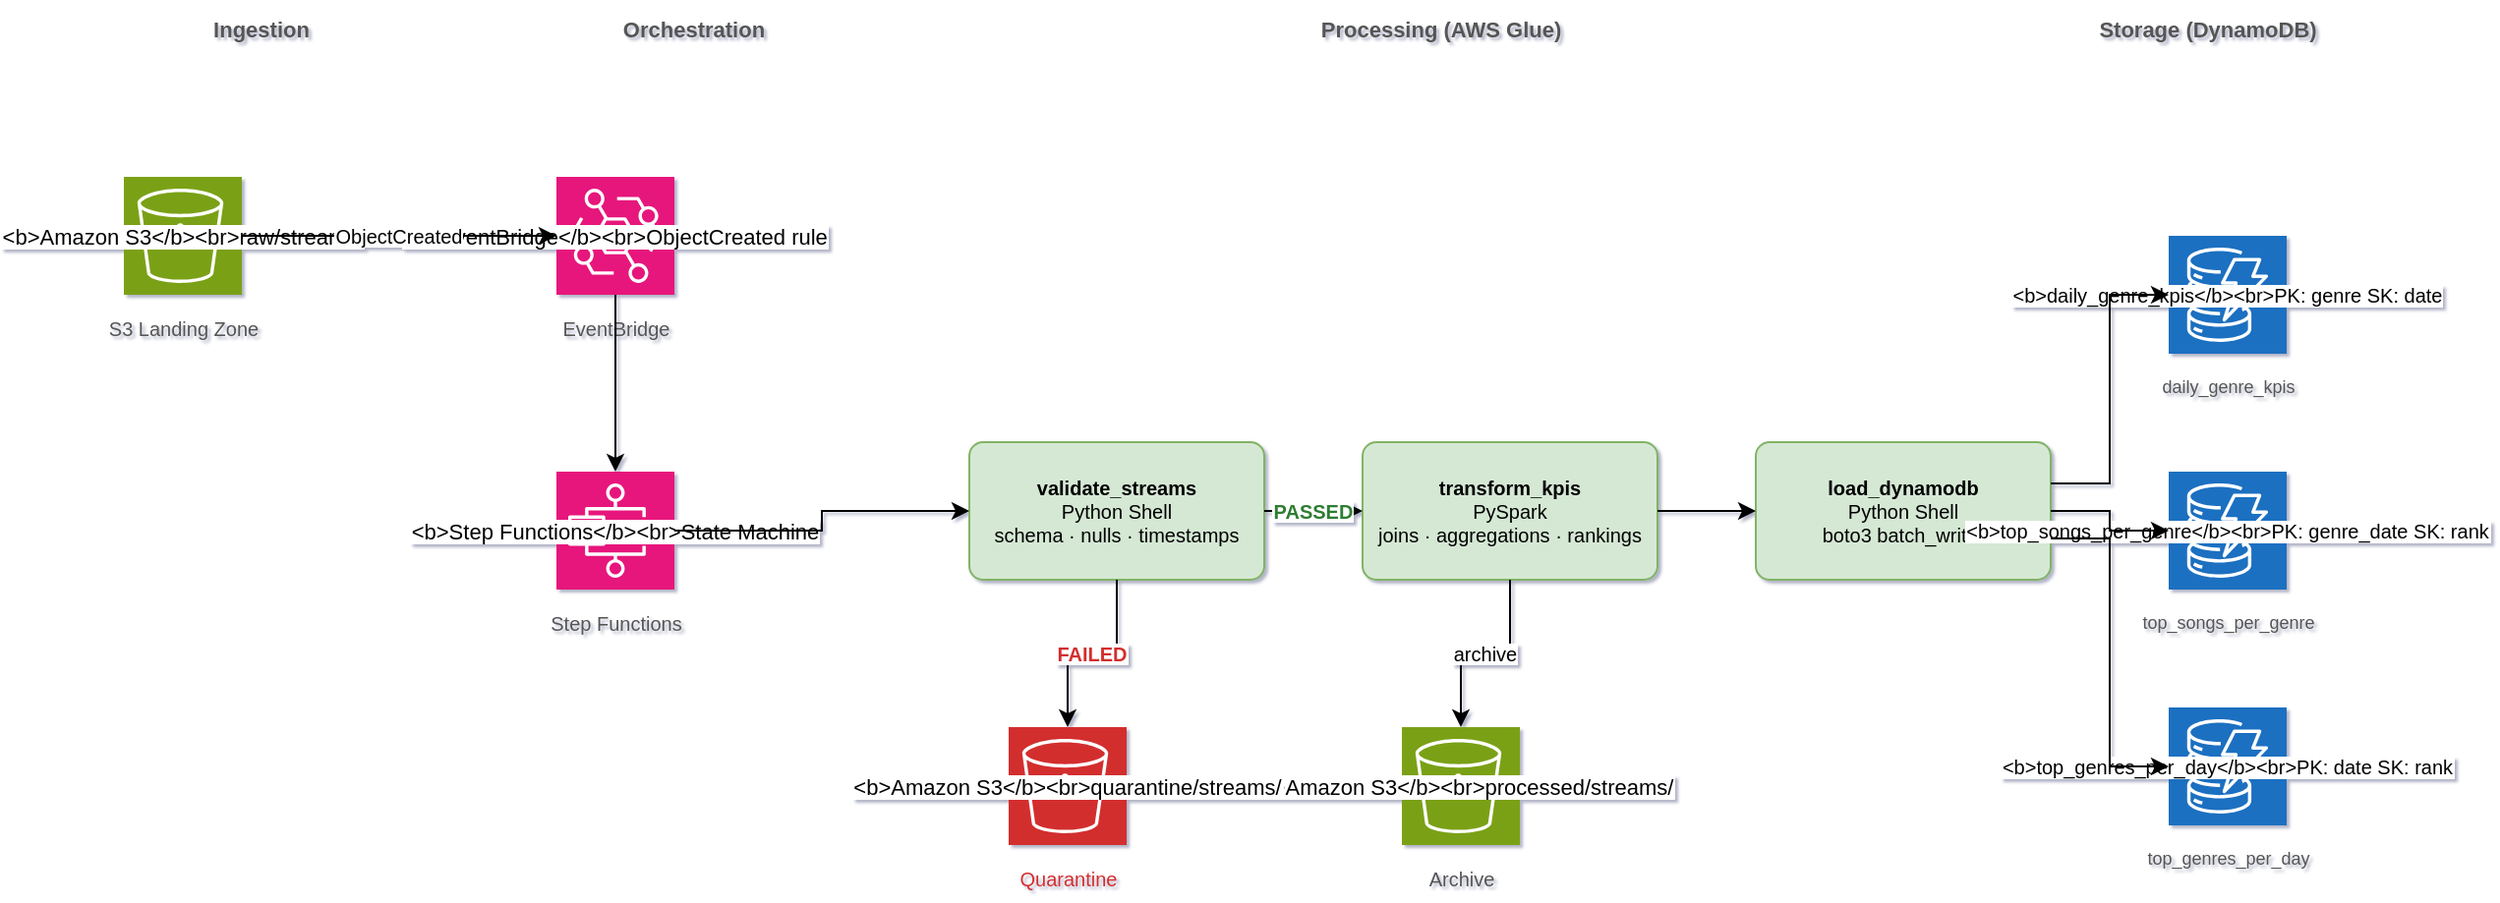
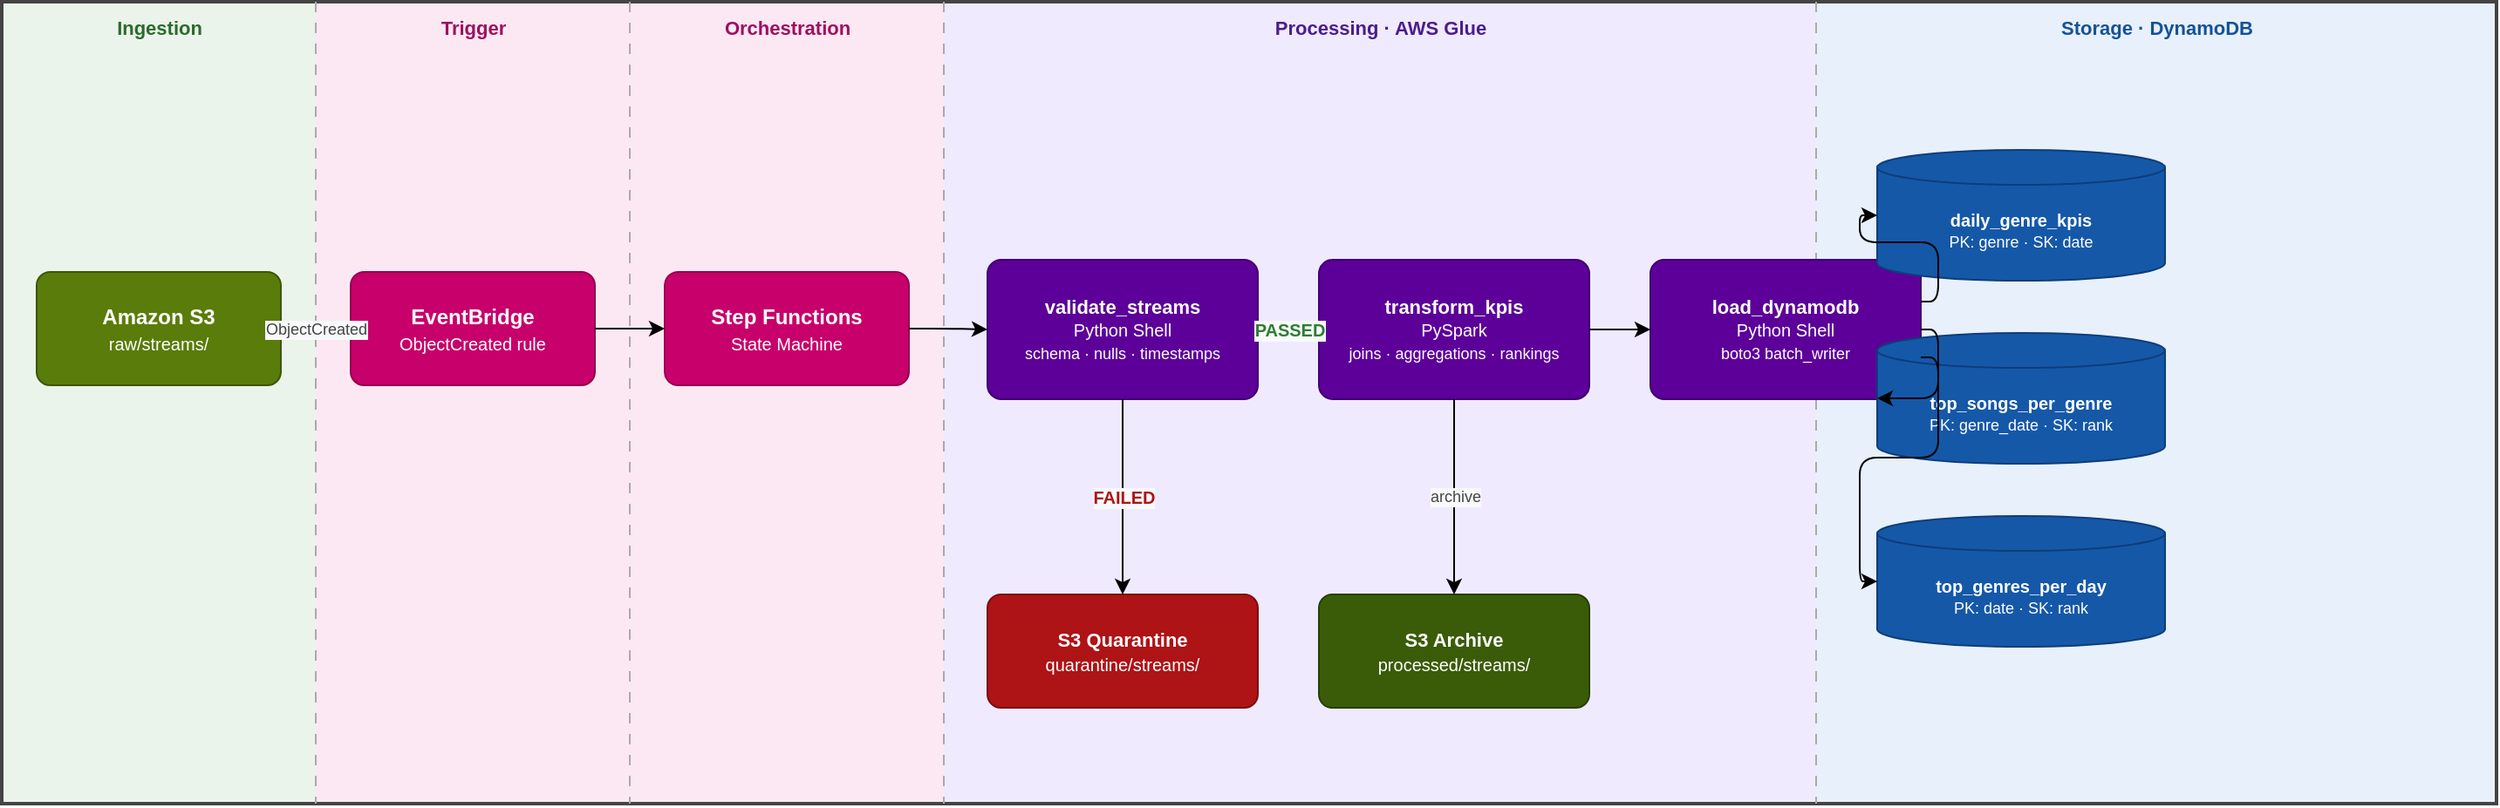
<mxfile host="app.diagrams.net" version="21.0.0">
  <diagram id="music-etl-architecture" name="Architecture">
-     <mxGraphModel dx="1400" dy="900" grid="1" gridSize="10" guides="1" tooltips="1" connect="1" arrows="1" fold="1" page="1" pageScale="1" pageWidth="1654" pageHeight="1169" math="0" shadow="1">
+     <mxGraphModel dx="1400" dy="900" grid="0" gridSize="10" guides="1" tooltips="1" connect="1" arrows="1" fold="1" page="1" pageScale="1" pageWidth="1654" pageHeight="1169" math="0" shadow="0">
      <root>
        <mxCell id="0" />
        <mxCell id="1" parent="0" />

-         <!-- ── SWIMLANE LABELS ───────────────────────────────────────────── -->
- 
-         <mxCell id="label_ingestion" value="Ingestion" style="text;html=1;strokeColor=none;fillColor=none;align=center;verticalAlign=middle;whiteSpace=wrap;rounded=0;fontSize=11;fontStyle=1;fontColor=#555555;" vertex="1" parent="1">
-           <mxGeometry x="60" y="60" width="160" height="30" as="geometry" />
+         <!-- ── OUTER BORDER ───────────────────────────────────────────────── -->
+         <mxCell id="border" value="" style="rounded=0;whiteSpace=wrap;html=1;fillColor=#f8f9fa;strokeColor=#444444;strokeWidth=2;" vertex="1" parent="1">
+           <mxGeometry x="20" y="20" width="1430" height="460" as="geometry" />
        </mxCell>

-         <mxCell id="label_orchestration" value="Orchestration" style="text;html=1;strokeColor=none;fillColor=none;align=center;verticalAlign=middle;whiteSpace=wrap;rounded=0;fontSize=11;fontStyle=1;fontColor=#555555;" vertex="1" parent="1">
-           <mxGeometry x="280" y="60" width="160" height="30" as="geometry" />
+         <!-- ── SECTION HEADER BANDS ───────────────────────────────────────── -->
+         <mxCell id="band1" value="" style="rounded=0;whiteSpace=wrap;html=1;fillColor=#eaf4ea;strokeColor=none;" vertex="1" parent="1">
+           <mxGeometry x="20" y="20" width="180" height="460" as="geometry" />
+         </mxCell>
+         <mxCell id="band2" value="" style="rounded=0;whiteSpace=wrap;html=1;fillColor=#fce8f3;strokeColor=none;" vertex="1" parent="1">
+           <mxGeometry x="200" y="20" width="180" height="460" as="geometry" />
+         </mxCell>
+         <mxCell id="band3" value="" style="rounded=0;whiteSpace=wrap;html=1;fillColor=#fce8f3;strokeColor=none;" vertex="1" parent="1">
+           <mxGeometry x="380" y="20" width="180" height="460" as="geometry" />
+         </mxCell>
+         <mxCell id="band4" value="" style="rounded=0;whiteSpace=wrap;html=1;fillColor=#f0eaff;strokeColor=none;" vertex="1" parent="1">
+           <mxGeometry x="560" y="20" width="500" height="460" as="geometry" />
+         </mxCell>
+         <mxCell id="band5" value="" style="rounded=0;whiteSpace=wrap;html=1;fillColor=#e8f0fb;strokeColor=none;" vertex="1" parent="1">
+           <mxGeometry x="1060" y="20" width="390" height="460" as="geometry" />
        </mxCell>

-         <mxCell id="label_processing" value="Processing (AWS Glue)" style="text;html=1;strokeColor=none;fillColor=none;align=center;verticalAlign=middle;whiteSpace=wrap;rounded=0;fontSize=11;fontStyle=1;fontColor=#555555;" vertex="1" parent="1">
-           <mxGeometry x="500" y="60" width="480" height="30" as="geometry" />
+         <!-- Redraw border on top of bands so it is visible -->
+         <mxCell id="border2" value="" style="rounded=0;whiteSpace=wrap;html=1;fillColor=none;strokeColor=#444444;strokeWidth=2;" vertex="1" parent="1">
+           <mxGeometry x="20" y="20" width="1430" height="460" as="geometry" />
        </mxCell>

-         <mxCell id="label_storage" value="Storage (DynamoDB)" style="text;html=1;strokeColor=none;fillColor=none;align=center;verticalAlign=middle;whiteSpace=wrap;rounded=0;fontSize=11;fontStyle=1;fontColor=#555555;" vertex="1" parent="1">
-           <mxGeometry x="1040" y="60" width="180" height="30" as="geometry" />
+         <!-- ── SECTION DIVIDERS ───────────────────────────────────────────── -->
+         <mxCell id="div1" value="" style="endArrow=none;html=1;dashed=1;dashPattern=6 6;strokeColor=#aaaaaa;strokeWidth=1;" edge="1" parent="1">
+           <mxGeometry relative="1" as="geometry">
+             <mxPoint x="200" y="20" as="sourcePoint"/>
+             <mxPoint x="200" y="480" as="targetPoint"/>
+           </mxGeometry>
+         </mxCell>
+         <mxCell id="div2" value="" style="endArrow=none;html=1;dashed=1;dashPattern=6 6;strokeColor=#aaaaaa;strokeWidth=1;" edge="1" parent="1">
+           <mxGeometry relative="1" as="geometry">
+             <mxPoint x="380" y="20" as="sourcePoint"/>
+             <mxPoint x="380" y="480" as="targetPoint"/>
+           </mxGeometry>
+         </mxCell>
+         <mxCell id="div3" value="" style="endArrow=none;html=1;dashed=1;dashPattern=6 6;strokeColor=#aaaaaa;strokeWidth=1;" edge="1" parent="1">
+           <mxGeometry relative="1" as="geometry">
+             <mxPoint x="560" y="20" as="sourcePoint"/>
+             <mxPoint x="560" y="480" as="targetPoint"/>
+           </mxGeometry>
+         </mxCell>
+         <mxCell id="div4" value="" style="endArrow=none;html=1;dashed=1;dashPattern=6 6;strokeColor=#aaaaaa;strokeWidth=1;" edge="1" parent="1">
+           <mxGeometry relative="1" as="geometry">
+             <mxPoint x="1060" y="20" as="sourcePoint"/>
+             <mxPoint x="1060" y="480" as="targetPoint"/>
+           </mxGeometry>
        </mxCell>

-         <!-- ── S3 RAW ─────────────────────────────────────────────────────── -->
- 
-         <mxCell id="s3_raw" value="&lt;b&gt;Amazon S3&lt;/b&gt;&lt;br&gt;raw/streams/" style="shape=mxgraph.aws4.resourceIcon;resIcon=mxgraph.aws4.s3;labelBackgroundColor=#ffffff;sketch=0;fontStyle=0;fillColor=#7AA116;strokeColor=#ffffff;fontColor=#000000;fontSize=11;" vertex="1" parent="1">
-           <mxGeometry x="70" y="150" width="60" height="60" as="geometry" />
+         <!-- ── SECTION LABELS ─────────────────────────────────────────────── -->
+         <mxCell id="lbl1" value="Ingestion" style="text;html=1;strokeColor=none;fillColor=none;align=center;verticalAlign=middle;fontStyle=1;fontSize=11;fontColor=#2d6a2d;" vertex="1" parent="1">
+           <mxGeometry x="20" y="22" width="180" height="26" as="geometry" />
+         </mxCell>
+         <mxCell id="lbl2" value="Trigger" style="text;html=1;strokeColor=none;fillColor=none;align=center;verticalAlign=middle;fontStyle=1;fontSize=11;fontColor=#9c1060;" vertex="1" parent="1">
+           <mxGeometry x="200" y="22" width="180" height="26" as="geometry" />
+         </mxCell>
+         <mxCell id="lbl3" value="Orchestration" style="text;html=1;strokeColor=none;fillColor=none;align=center;verticalAlign=middle;fontStyle=1;fontSize=11;fontColor=#9c1060;" vertex="1" parent="1">
+           <mxGeometry x="380" y="22" width="180" height="26" as="geometry" />
+         </mxCell>
+         <mxCell id="lbl4" value="Processing  ·  AWS Glue" style="text;html=1;strokeColor=none;fillColor=none;align=center;verticalAlign=middle;fontStyle=1;fontSize=11;fontColor=#4a1e8c;" vertex="1" parent="1">
+           <mxGeometry x="560" y="22" width="500" height="26" as="geometry" />
+         </mxCell>
+         <mxCell id="lbl5" value="Storage  ·  DynamoDB" style="text;html=1;strokeColor=none;fillColor=none;align=center;verticalAlign=middle;fontStyle=1;fontSize=11;fontColor=#155296;" vertex="1" parent="1">
+           <mxGeometry x="1060" y="22" width="390" height="26" as="geometry" />
        </mxCell>

-         <mxCell id="s3_raw_label" value="S3 Landing Zone" style="text;html=1;strokeColor=none;fillColor=none;align=center;fontSize=10;fontColor=#555555;" vertex="1" parent="1">
-           <mxGeometry x="50" y="215" width="100" height="20" as="geometry" />
+         <!-- ── S3 RAW ──────────────────────────────────────────────────────── -->
+         <mxCell id="s3_raw" value="&lt;b&gt;Amazon S3&lt;/b&gt;&lt;br&gt;&lt;font style=&quot;font-size:10px;&quot;&gt;raw/streams/&lt;/font&gt;" style="rounded=1;whiteSpace=wrap;html=1;fillColor=#5a7c0a;strokeColor=#3d5507;fontColor=#ffffff;fontSize=12;arcSize=12;" vertex="1" parent="1">
+           <mxGeometry x="40" y="175" width="140" height="65" as="geometry" />
        </mxCell>

-         <!-- ── EVENTBRIDGE ────────────────────────────────────────────────── -->
- 
-         <mxCell id="eventbridge" value="&lt;b&gt;EventBridge&lt;/b&gt;&lt;br&gt;ObjectCreated rule" style="shape=mxgraph.aws4.resourceIcon;resIcon=mxgraph.aws4.eventbridge;labelBackgroundColor=#ffffff;sketch=0;fontStyle=0;fillColor=#E7157B;strokeColor=#ffffff;fontColor=#000000;fontSize=11;" vertex="1" parent="1">
-           <mxGeometry x="290" y="150" width="60" height="60" as="geometry" />
+         <!-- ── EVENTBRIDGE ─────────────────────────────────────────────────── -->
+         <mxCell id="eventbridge" value="&lt;b&gt;EventBridge&lt;/b&gt;&lt;br&gt;&lt;font style=&quot;font-size:10px;&quot;&gt;ObjectCreated rule&lt;/font&gt;" style="rounded=1;whiteSpace=wrap;html=1;fillColor=#C7006B;strokeColor=#96004f;fontColor=#ffffff;fontSize=12;arcSize=12;" vertex="1" parent="1">
+           <mxGeometry x="220" y="175" width="140" height="65" as="geometry" />
        </mxCell>

-         <mxCell id="eventbridge_label" value="EventBridge" style="text;html=1;strokeColor=none;fillColor=none;align=center;fontSize=10;fontColor=#555555;" vertex="1" parent="1">
-           <mxGeometry x="270" y="215" width="100" height="20" as="geometry" />
+         <!-- ── STEP FUNCTIONS ──────────────────────────────────────────────── -->
+         <mxCell id="sfn" value="&lt;b&gt;Step Functions&lt;/b&gt;&lt;br&gt;&lt;font style=&quot;font-size:10px;&quot;&gt;State Machine&lt;/font&gt;" style="rounded=1;whiteSpace=wrap;html=1;fillColor=#C7006B;strokeColor=#96004f;fontColor=#ffffff;fontSize=12;arcSize=12;" vertex="1" parent="1">
+           <mxGeometry x="400" y="175" width="140" height="65" as="geometry" />
        </mxCell>

-         <!-- ── STEP FUNCTIONS ─────────────────────────────────────────────── -->
- 
-         <mxCell id="sfn" value="&lt;b&gt;Step Functions&lt;/b&gt;&lt;br&gt;State Machine" style="shape=mxgraph.aws4.resourceIcon;resIcon=mxgraph.aws4.step_functions;labelBackgroundColor=#ffffff;sketch=0;fontStyle=0;fillColor=#E7157B;strokeColor=#ffffff;fontColor=#000000;fontSize=11;" vertex="1" parent="1">
-           <mxGeometry x="290" y="300" width="60" height="60" as="geometry" />
+         <!-- ── GLUE: VALIDATE ──────────────────────────────────────────────── -->
+         <mxCell id="validate" value="&lt;b&gt;validate_streams&lt;/b&gt;&lt;br&gt;&lt;font style=&quot;font-size:10px;&quot;&gt;Python Shell&lt;/font&gt;&lt;br&gt;&lt;font style=&quot;font-size:9px;&quot;&gt;schema · nulls · timestamps&lt;/font&gt;" style="rounded=1;whiteSpace=wrap;html=1;fillColor=#5C0099;strokeColor=#400070;fontColor=#ffffff;fontSize=11;arcSize=10;" vertex="1" parent="1">
+           <mxGeometry x="585" y="168" width="155" height="80" as="geometry" />
        </mxCell>

-         <mxCell id="sfn_label" value="Step Functions" style="text;html=1;strokeColor=none;fillColor=none;align=center;fontSize=10;fontColor=#555555;" vertex="1" parent="1">
-           <mxGeometry x="270" y="365" width="100" height="20" as="geometry" />
+         <!-- ── GLUE: TRANSFORM ─────────────────────────────────────────────── -->
+         <mxCell id="transform" value="&lt;b&gt;transform_kpis&lt;/b&gt;&lt;br&gt;&lt;font style=&quot;font-size:10px;&quot;&gt;PySpark&lt;/font&gt;&lt;br&gt;&lt;font style=&quot;font-size:9px;&quot;&gt;joins · aggregations · rankings&lt;/font&gt;" style="rounded=1;whiteSpace=wrap;html=1;fillColor=#5C0099;strokeColor=#400070;fontColor=#ffffff;fontSize=11;arcSize=10;" vertex="1" parent="1">
+           <mxGeometry x="775" y="168" width="155" height="80" as="geometry" />
        </mxCell>

-         <!-- ── GLUE VALIDATE ──────────────────────────────────────────────── -->
- 
-         <mxCell id="validate" value="&lt;b&gt;validate_streams&lt;/b&gt;&lt;br&gt;Python Shell&lt;br&gt;schema · nulls · timestamps" style="rounded=1;whiteSpace=wrap;html=1;fillColor=#d5e8d4;strokeColor=#82b366;fontSize=10;arcSize=10;" vertex="1" parent="1">
-           <mxGeometry x="500" y="285" width="150" height="70" as="geometry" />
+         <!-- ── GLUE: LOAD ───────────────────────────────────────────────────── -->
+         <mxCell id="load" value="&lt;b&gt;load_dynamodb&lt;/b&gt;&lt;br&gt;&lt;font style=&quot;font-size:10px;&quot;&gt;Python Shell&lt;/font&gt;&lt;br&gt;&lt;font style=&quot;font-size:9px;&quot;&gt;boto3 batch_writer&lt;/font&gt;" style="rounded=1;whiteSpace=wrap;html=1;fillColor=#5C0099;strokeColor=#400070;fontColor=#ffffff;fontSize=11;arcSize=10;" vertex="1" parent="1">
+           <mxGeometry x="965" y="168" width="155" height="80" as="geometry" />
        </mxCell>

-         <!-- ── GLUE TRANSFORM ─────────────────────────────────────────────── -->
- 
-         <mxCell id="transform" value="&lt;b&gt;transform_kpis&lt;/b&gt;&lt;br&gt;PySpark&lt;br&gt;joins · aggregations · rankings" style="rounded=1;whiteSpace=wrap;html=1;fillColor=#d5e8d4;strokeColor=#82b366;fontSize=10;arcSize=10;" vertex="1" parent="1">
-           <mxGeometry x="700" y="285" width="150" height="70" as="geometry" />
+         <!-- ── DYNAMODB: daily_genre_kpis ─────────────────────────────────── -->
+         <mxCell id="ddb1" value="&lt;b&gt;daily_genre_kpis&lt;/b&gt;&lt;br&gt;&lt;font style=&quot;font-size:9px;&quot;&gt;PK: genre  ·  SK: date&lt;/font&gt;" style="shape=cylinder3;size=10;whiteSpace=wrap;html=1;fillColor=#1558A8;strokeColor=#0e3d7a;fontColor=#ffffff;fontSize=10;boundedLbl=1;backgroundOutline=1;" vertex="1" parent="1">
+           <mxGeometry x="1095" y="105" width="165" height="75" as="geometry" />
        </mxCell>

-         <!-- ── GLUE LOAD ───────────────────────────────────────────────────── -->
- 
-         <mxCell id="load" value="&lt;b&gt;load_dynamodb&lt;/b&gt;&lt;br&gt;Python Shell&lt;br&gt;boto3 batch_writer" style="rounded=1;whiteSpace=wrap;html=1;fillColor=#d5e8d4;strokeColor=#82b366;fontSize=10;arcSize=10;" vertex="1" parent="1">
-           <mxGeometry x="900" y="285" width="150" height="70" as="geometry" />
+         <!-- ── DYNAMODB: top_songs_per_genre ──────────────────────────────── -->
+         <mxCell id="ddb2" value="&lt;b&gt;top_songs_per_genre&lt;/b&gt;&lt;br&gt;&lt;font style=&quot;font-size:9px;&quot;&gt;PK: genre_date  ·  SK: rank&lt;/font&gt;" style="shape=cylinder3;size=10;whiteSpace=wrap;html=1;fillColor=#1558A8;strokeColor=#0e3d7a;fontColor=#ffffff;fontSize=10;boundedLbl=1;backgroundOutline=1;" vertex="1" parent="1">
+           <mxGeometry x="1095" y="210" width="165" height="75" as="geometry" />
        </mxCell>

-         <!-- ── DYNAMODB TABLES ─────────────────────────────────────────────── -->
- 
-         <mxCell id="ddb1" value="&lt;b&gt;daily_genre_kpis&lt;/b&gt;&lt;br&gt;PK: genre  SK: date" style="shape=mxgraph.aws4.resourceIcon;resIcon=mxgraph.aws4.dynamodb;labelBackgroundColor=#ffffff;sketch=0;fontStyle=0;fillColor=#1F70C1;strokeColor=#ffffff;fontColor=#000000;fontSize=10;" vertex="1" parent="1">
-           <mxGeometry x="1110" y="180" width="60" height="60" as="geometry" />
+         <!-- ── DYNAMODB: top_genres_per_day ───────────────────────────────── -->
+         <mxCell id="ddb3" value="&lt;b&gt;top_genres_per_day&lt;/b&gt;&lt;br&gt;&lt;font style=&quot;font-size:9px;&quot;&gt;PK: date  ·  SK: rank&lt;/font&gt;" style="shape=cylinder3;size=10;whiteSpace=wrap;html=1;fillColor=#1558A8;strokeColor=#0e3d7a;fontColor=#ffffff;fontSize=10;boundedLbl=1;backgroundOutline=1;" vertex="1" parent="1">
+           <mxGeometry x="1095" y="315" width="165" height="75" as="geometry" />
        </mxCell>

-         <mxCell id="ddb1_label" value="daily_genre_kpis" style="text;html=1;strokeColor=none;fillColor=none;align=center;fontSize=9;fontColor=#555555;" vertex="1" parent="1">
-           <mxGeometry x="1090" y="245" width="100" height="20" as="geometry" />
-         </mxCell>
- 
-         <mxCell id="ddb2" value="&lt;b&gt;top_songs_per_genre&lt;/b&gt;&lt;br&gt;PK: genre_date  SK: rank" style="shape=mxgraph.aws4.resourceIcon;resIcon=mxgraph.aws4.dynamodb;labelBackgroundColor=#ffffff;sketch=0;fontStyle=0;fillColor=#1F70C1;strokeColor=#ffffff;fontColor=#000000;fontSize=10;" vertex="1" parent="1">
-           <mxGeometry x="1110" y="300" width="60" height="60" as="geometry" />
-         </mxCell>
- 
-         <mxCell id="ddb2_label" value="top_songs_per_genre" style="text;html=1;strokeColor=none;fillColor=none;align=center;fontSize=9;fontColor=#555555;" vertex="1" parent="1">
-           <mxGeometry x="1090" y="365" width="100" height="20" as="geometry" />
-         </mxCell>
- 
-         <mxCell id="ddb3" value="&lt;b&gt;top_genres_per_day&lt;/b&gt;&lt;br&gt;PK: date  SK: rank" style="shape=mxgraph.aws4.resourceIcon;resIcon=mxgraph.aws4.dynamodb;labelBackgroundColor=#ffffff;sketch=0;fontStyle=0;fillColor=#1F70C1;strokeColor=#ffffff;fontColor=#000000;fontSize=10;" vertex="1" parent="1">
-           <mxGeometry x="1110" y="420" width="60" height="60" as="geometry" />
-         </mxCell>
- 
-         <mxCell id="ddb3_label" value="top_genres_per_day" style="text;html=1;strokeColor=none;fillColor=none;align=center;fontSize=9;fontColor=#555555;" vertex="1" parent="1">
-           <mxGeometry x="1090" y="485" width="100" height="20" as="geometry" />
+         <!-- ── S3 QUARANTINE ───────────────────────────────────────────────── -->
+         <mxCell id="quarantine" value="&lt;b&gt;S3 Quarantine&lt;/b&gt;&lt;br&gt;&lt;font style=&quot;font-size:10px;&quot;&gt;quarantine/streams/&lt;/font&gt;" style="rounded=1;whiteSpace=wrap;html=1;fillColor=#AE1316;strokeColor=#7a0d0f;fontColor=#ffffff;fontSize=11;arcSize=12;" vertex="1" parent="1">
+           <mxGeometry x="585" y="360" width="155" height="65" as="geometry" />
        </mxCell>

        <!-- ── S3 ARCHIVE ──────────────────────────────────────────────────── -->
- 
-         <mxCell id="s3_archive" value="&lt;b&gt;Amazon S3&lt;/b&gt;&lt;br&gt;processed/streams/" style="shape=mxgraph.aws4.resourceIcon;resIcon=mxgraph.aws4.s3;labelBackgroundColor=#ffffff;sketch=0;fontStyle=0;fillColor=#7AA116;strokeColor=#ffffff;fontColor=#000000;fontSize=11;" vertex="1" parent="1">
-           <mxGeometry x="720" y="430" width="60" height="60" as="geometry" />
-         </mxCell>
- 
-         <mxCell id="s3_archive_label" value="Archive" style="text;html=1;strokeColor=none;fillColor=none;align=center;fontSize=10;fontColor=#555555;" vertex="1" parent="1">
-           <mxGeometry x="700" y="495" width="100" height="20" as="geometry" />
-         </mxCell>
- 
-         <!-- ── S3 QUARANTINE ───────────────────────────────────────────────── -->
- 
-         <mxCell id="s3_quarantine" value="&lt;b&gt;Amazon S3&lt;/b&gt;&lt;br&gt;quarantine/streams/" style="shape=mxgraph.aws4.resourceIcon;resIcon=mxgraph.aws4.s3;labelBackgroundColor=#ffffff;sketch=0;fontStyle=0;fillColor=#d32f2f;strokeColor=#ffffff;fontColor=#000000;fontSize=11;" vertex="1" parent="1">
-           <mxGeometry x="520" y="430" width="60" height="60" as="geometry" />
-         </mxCell>
- 
-         <mxCell id="s3_quarantine_label" value="Quarantine" style="text;html=1;strokeColor=none;fillColor=none;align=center;fontSize=10;fontColor=#d32f2f;" vertex="1" parent="1">
-           <mxGeometry x="500" y="495" width="100" height="20" as="geometry" />
+         <mxCell id="archive" value="&lt;b&gt;S3 Archive&lt;/b&gt;&lt;br&gt;&lt;font style=&quot;font-size:10px;&quot;&gt;processed/streams/&lt;/font&gt;" style="rounded=1;whiteSpace=wrap;html=1;fillColor=#3a5c08;strokeColor=#263f05;fontColor=#ffffff;fontSize=11;arcSize=12;" vertex="1" parent="1">
+           <mxGeometry x="775" y="360" width="155" height="65" as="geometry" />
        </mxCell>

        <!-- ── EDGES ───────────────────────────────────────────────────────── -->

        <!-- S3 raw → EventBridge -->
-         <mxCell id="e1" value="ObjectCreated" style="edgeStyle=orthogonalEdgeStyle;rounded=0;orthogonalLoop=1;jettySize=auto;exitX=1;exitY=0.5;exitDx=0;exitDy=0;entryX=0;entryY=0.5;entryDx=0;entryDy=0;fontSize=10;" edge="1" source="s3_raw" target="eventbridge" parent="1">
+         <mxCell id="e1" value="ObjectCreated" style="edgeStyle=orthogonalEdgeStyle;html=1;exitX=1;exitY=0.5;exitDx=0;exitDy=0;entryX=0;entryY=0.5;entryDx=0;entryDy=0;fontSize=9;fontColor=#444444;labelBackgroundColor=#f8f9fa;" edge="1" source="s3_raw" target="eventbridge" parent="1">
          <mxGeometry relative="1" as="geometry" />
        </mxCell>

-         <!-- EventBridge → Step Functions (down) -->
-         <mxCell id="e2" value="" style="edgeStyle=orthogonalEdgeStyle;rounded=0;orthogonalLoop=1;jettySize=auto;exitX=0.5;exitY=1;exitDx=0;exitDy=0;entryX=0.5;entryY=0;entryDx=0;entryDy=0;" edge="1" source="eventbridge" target="sfn" parent="1">
+         <!-- EventBridge → Step Functions -->
+         <mxCell id="e2" value="" style="edgeStyle=orthogonalEdgeStyle;html=1;exitX=1;exitY=0.5;exitDx=0;exitDy=0;entryX=0;entryY=0.5;entryDx=0;entryDy=0;" edge="1" source="eventbridge" target="sfn" parent="1">
          <mxGeometry relative="1" as="geometry" />
        </mxCell>

        <!-- Step Functions → Validate -->
-         <mxCell id="e3" value="" style="edgeStyle=orthogonalEdgeStyle;rounded=0;orthogonalLoop=1;jettySize=auto;exitX=1;exitY=0.5;exitDx=0;exitDy=0;entryX=0;entryY=0.5;entryDx=0;entryDy=0;" edge="1" source="sfn" target="validate" parent="1">
+         <mxCell id="e3" value="" style="edgeStyle=orthogonalEdgeStyle;html=1;exitX=1;exitY=0.5;exitDx=0;exitDy=0;entryX=0;entryY=0.5;entryDx=0;entryDy=0;" edge="1" source="sfn" target="validate" parent="1">
          <mxGeometry relative="1" as="geometry" />
        </mxCell>

        <!-- Validate → Transform (PASSED) -->
-         <mxCell id="e4" value="PASSED" style="edgeStyle=orthogonalEdgeStyle;rounded=0;orthogonalLoop=1;jettySize=auto;exitX=1;exitY=0.5;exitDx=0;exitDy=0;entryX=0;entryY=0.5;entryDx=0;entryDy=0;fontColor=#2E7D32;fontStyle=1;fontSize=10;" edge="1" source="validate" target="transform" parent="1">
+         <mxCell id="e4" value="PASSED" style="edgeStyle=orthogonalEdgeStyle;html=1;exitX=1;exitY=0.5;exitDx=0;exitDy=0;entryX=0;entryY=0.5;entryDx=0;entryDy=0;fontColor=#2E7D32;fontStyle=1;fontSize=10;labelBackgroundColor=#f8f9fa;" edge="1" source="validate" target="transform" parent="1">
          <mxGeometry relative="1" as="geometry" />
        </mxCell>

        <!-- Validate → Quarantine (FAILED) -->
-         <mxCell id="e5" value="FAILED" style="edgeStyle=orthogonalEdgeStyle;rounded=0;orthogonalLoop=1;jettySize=auto;exitX=0.5;exitY=1;exitDx=0;exitDy=0;entryX=0.5;entryY=0;entryDx=0;entryDy=0;fontColor=#d32f2f;fontStyle=1;fontSize=10;" edge="1" source="validate" target="s3_quarantine" parent="1">
+         <mxCell id="e5" value="FAILED" style="edgeStyle=orthogonalEdgeStyle;html=1;exitX=0.5;exitY=1;exitDx=0;exitDy=0;entryX=0.5;entryY=0;entryDx=0;entryDy=0;fontColor=#AE1316;fontStyle=1;fontSize=10;labelBackgroundColor=#f8f9fa;" edge="1" source="validate" target="quarantine" parent="1">
          <mxGeometry relative="1" as="geometry" />
        </mxCell>

        <!-- Transform → Load -->
-         <mxCell id="e6" value="" style="edgeStyle=orthogonalEdgeStyle;rounded=0;orthogonalLoop=1;jettySize=auto;exitX=1;exitY=0.5;exitDx=0;exitDy=0;entryX=0;entryY=0.5;entryDx=0;entryDy=0;" edge="1" source="transform" target="load" parent="1">
+         <mxCell id="e6" value="" style="edgeStyle=orthogonalEdgeStyle;html=1;exitX=1;exitY=0.5;exitDx=0;exitDy=0;entryX=0;entryY=0.5;entryDx=0;entryDy=0;" edge="1" source="transform" target="load" parent="1">
          <mxGeometry relative="1" as="geometry" />
        </mxCell>

        <!-- Transform → Archive -->
-         <mxCell id="e7" value="archive" style="edgeStyle=orthogonalEdgeStyle;rounded=0;orthogonalLoop=1;jettySize=auto;exitX=0.5;exitY=1;exitDx=0;exitDy=0;entryX=0.5;entryY=0;entryDx=0;entryDy=0;fontSize=10;" edge="1" source="transform" target="s3_archive" parent="1">
+         <mxCell id="e7" value="archive" style="edgeStyle=orthogonalEdgeStyle;html=1;exitX=0.5;exitY=1;exitDx=0;exitDy=0;entryX=0.5;entryY=0;entryDx=0;entryDy=0;fontSize=9;fontColor=#444444;labelBackgroundColor=#f8f9fa;" edge="1" source="transform" target="archive" parent="1">
          <mxGeometry relative="1" as="geometry" />
        </mxCell>

        <!-- Load → DDB1 -->
-         <mxCell id="e8" value="" style="edgeStyle=orthogonalEdgeStyle;rounded=0;orthogonalLoop=1;jettySize=auto;exitX=1;exitY=0.3;exitDx=0;exitDy=0;entryX=0;entryY=0.5;entryDx=0;entryDy=0;" edge="1" source="load" target="ddb1" parent="1">
+         <mxCell id="e8" value="" style="edgeStyle=orthogonalEdgeStyle;html=1;exitX=1;exitY=0.3;exitDx=0;exitDy=0;entryX=0;entryY=0.5;entryDx=0;entryDy=0;" edge="1" source="load" target="ddb1" parent="1">
          <mxGeometry relative="1" as="geometry" />
        </mxCell>

        <!-- Load → DDB2 -->
-         <mxCell id="e9" value="" style="edgeStyle=orthogonalEdgeStyle;rounded=0;orthogonalLoop=1;jettySize=auto;exitX=1;exitY=0.5;exitDx=0;exitDy=0;entryX=0;entryY=0.5;entryDx=0;entryDy=0;" edge="1" source="load" target="ddb2" parent="1">
+         <mxCell id="e9" value="" style="edgeStyle=orthogonalEdgeStyle;html=1;exitX=1;exitY=0.5;exitDx=0;exitDy=0;entryX=0;entryY=0.5;entryDx=0;entryDy=0;" edge="1" source="load" target="ddb2" parent="1">
          <mxGeometry relative="1" as="geometry" />
        </mxCell>

        <!-- Load → DDB3 -->
-         <mxCell id="e10" value="" style="edgeStyle=orthogonalEdgeStyle;rounded=0;orthogonalLoop=1;jettySize=auto;exitX=1;exitY=0.7;exitDx=0;exitDy=0;entryX=0;entryY=0.5;entryDx=0;entryDy=0;" edge="1" source="load" target="ddb3" parent="1">
+         <mxCell id="e10" value="" style="edgeStyle=orthogonalEdgeStyle;html=1;exitX=1;exitY=0.7;exitDx=0;exitDy=0;entryX=0;entryY=0.5;entryDx=0;entryDy=0;" edge="1" source="load" target="ddb3" parent="1">
          <mxGeometry relative="1" as="geometry" />
        </mxCell>

      </root>
    </mxGraphModel>
  </diagram>
</mxfile>
